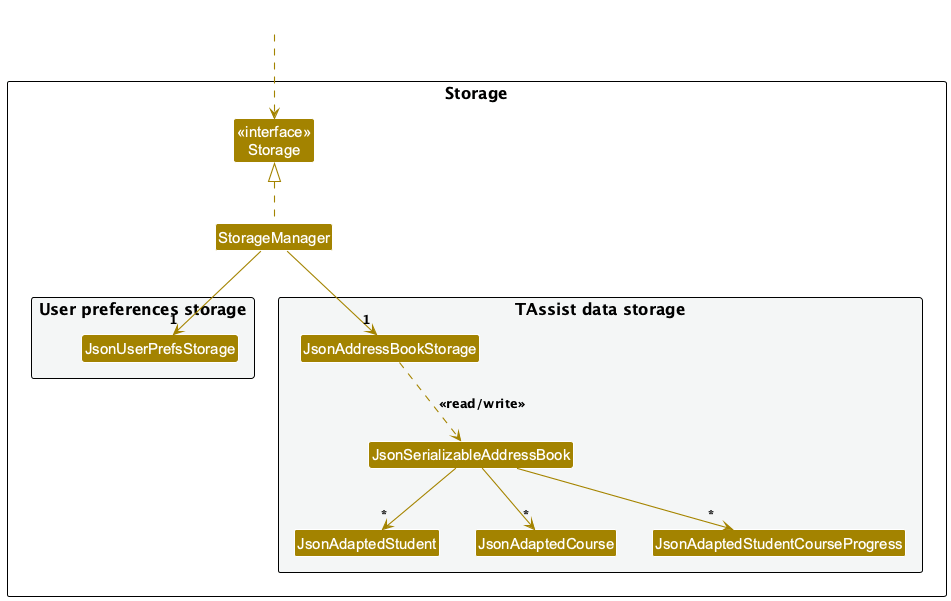
Earlier version of the PlantUML export docs/images/StorageClassDiagram.png (AY2627S1-CS2103-F11-1/tp). Its source is kept beside it as docs/diagrams/StorageClassDiagram.puml.
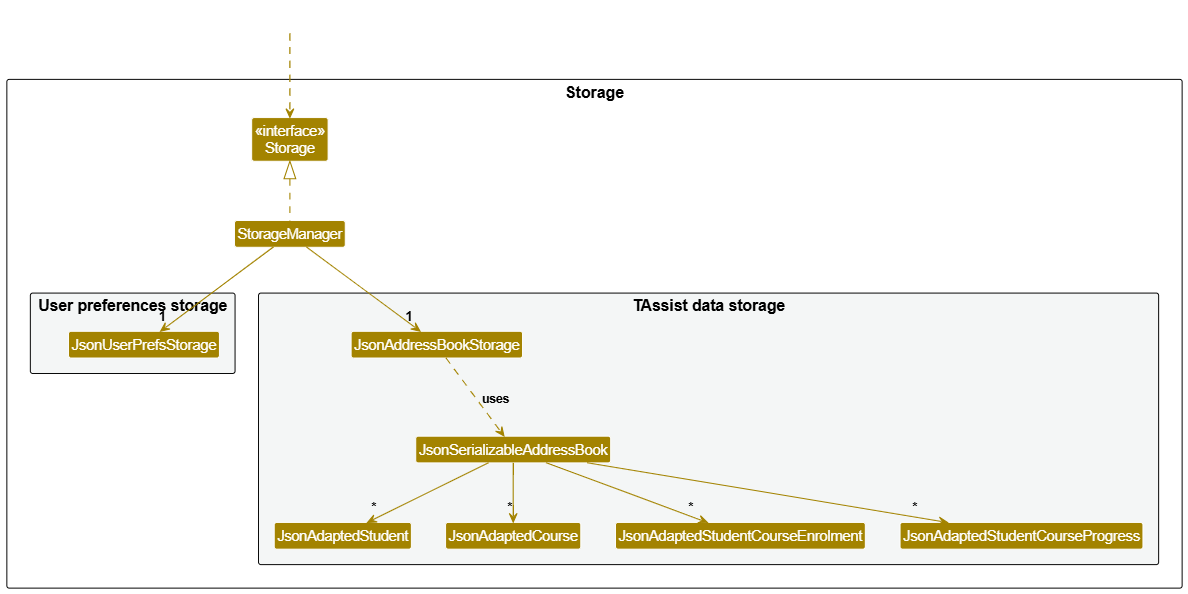
Later version of the same file.

Commit message:
Fix Storage class diagram

Change to the diagram source:
```diff
@@ -14,11 +14,12 @@
 }
 
 package "TAssist data storage" #F4F6F6 {
-Class JsonAddressBookStorage
-Class JsonSerializableAddressBook
-Class JsonAdaptedStudent
-Class JsonAdaptedCourse
-Class JsonAdaptedStudentCourseProgress
+    class JsonAddressBookStorage
+    class JsonSerializableAddressBook
+    class JsonAdaptedStudent
+    class JsonAdaptedCourse
+    class JsonAdaptedStudentCourseEnrolment
+    class JsonAdaptedStudentCourseProgress
 }
 }
 
@@ -29,11 +30,14 @@
 StorageManager -down-> "1" JsonUserPrefsStorage
 StorageManager -down-> "1" JsonAddressBookStorage
 
-JsonAddressBookStorage ..> JsonSerializableAddressBook : <<read/write>>
+JsonAddressBookStorage ..> JsonSerializableAddressBook : uses
+
 JsonSerializableAddressBook --> "*" JsonAdaptedStudent
 JsonSerializableAddressBook --> "*" JsonAdaptedCourse
+JsonSerializableAddressBook --> "*" JsonAdaptedStudentCourseEnrolment
 JsonSerializableAddressBook --> "*" JsonAdaptedStudentCourseProgress
 
 JsonAdaptedStudent -[hidden]right- JsonAdaptedCourse
-JsonAdaptedCourse -[hidden]right- JsonAdaptedStudentCourseProgress
+JsonAdaptedCourse -[hidden]right- JsonAdaptedStudentCourseEnrolment
+JsonAdaptedStudentCourseEnrolment -[hidden]right- JsonAdaptedStudentCourseProgress
 @enduml
```
